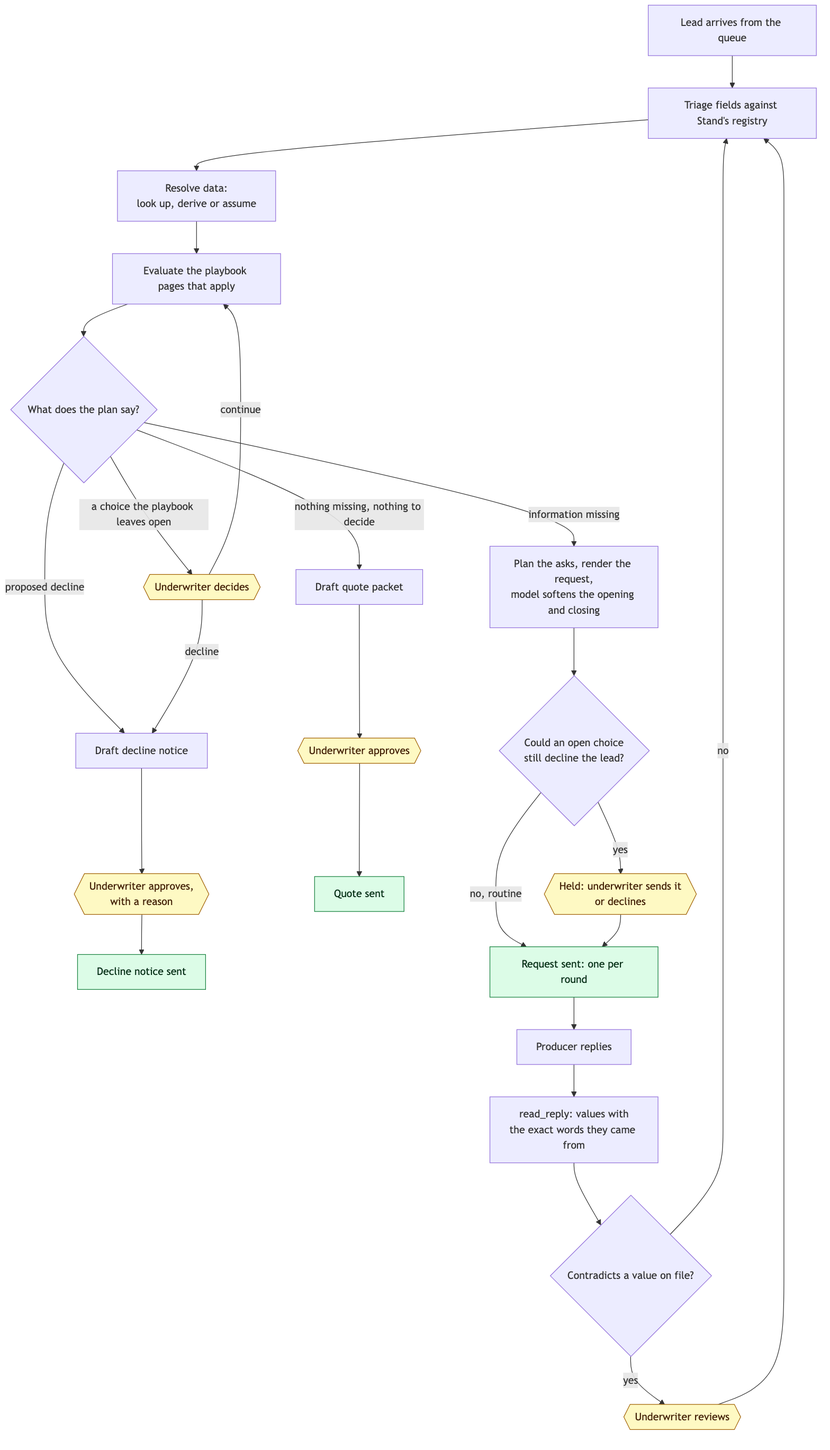
Earlier version of the Mermaid export docs/diagrams/02-lead-lifecycle.png (bcornick/cornick-stand-takehome-assessment-submission). Its source is kept beside it as docs/diagrams/02-lead-lifecycle.mmd.
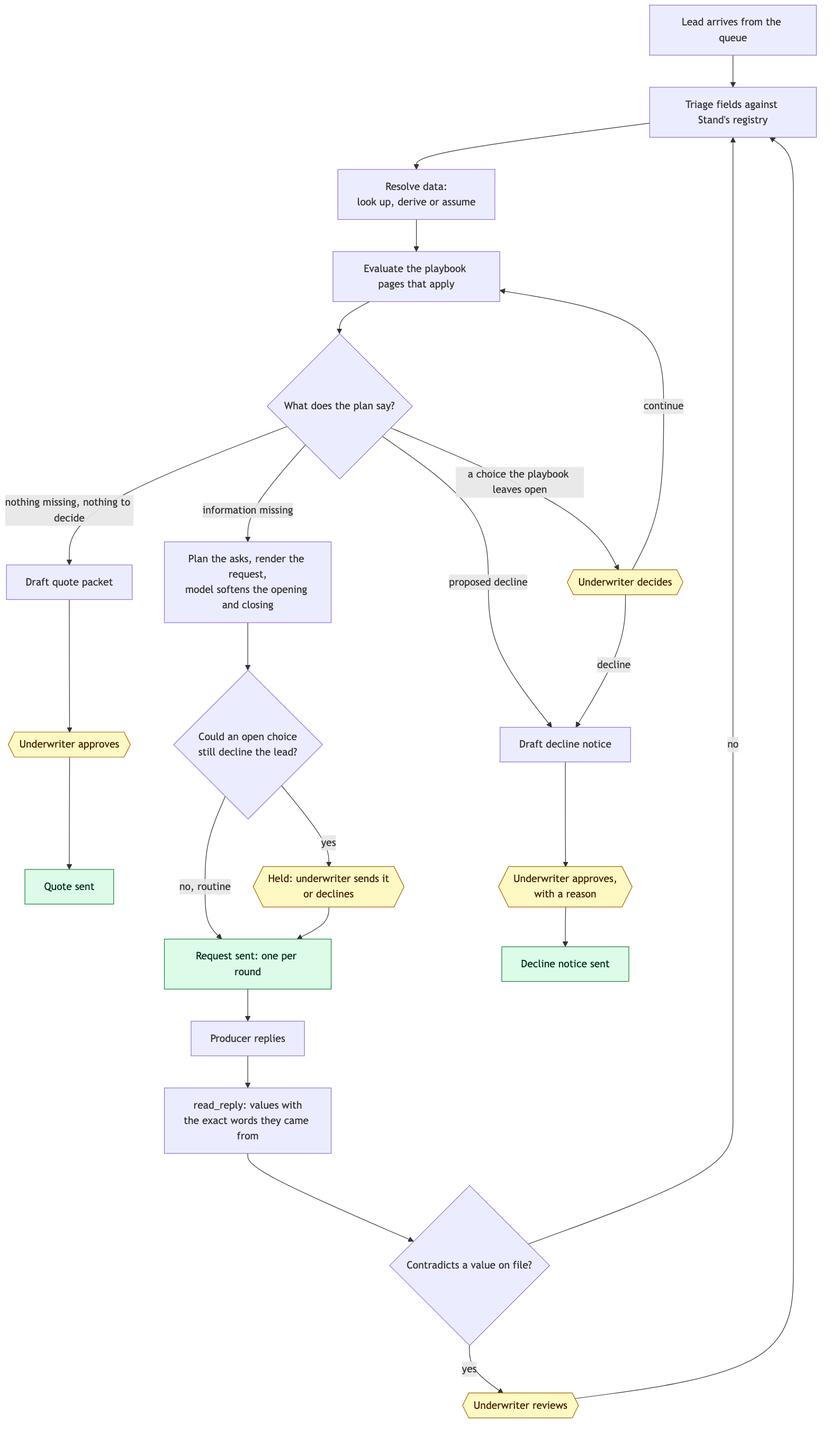
Above is the later version.

Commit message:
CLAUDE-fable-5-1: the lead diagram orders its branches quote, request, decline, choice, so no lines cross

Claude-Session: https://claude.ai/code/session_01FSociYJ6ckKxQyGa7RKebz

Change to the diagram source:
```diff
@@ -3,14 +3,6 @@
     B --> C["Resolve data:<br/>look up, derive or assume"]
     C --> D["Evaluate the playbook pages that apply"]
     D --> E{"What does the plan say?"}
-
-    E -- "proposed decline" --> F["Draft decline notice"]
-    F --> G{{"Underwriter approves,<br/>with a reason"}}
-    G --> H["Decline notice sent"]
-
-    E -- "a choice the playbook leaves open" --> I{{"Underwriter decides"}}
-    I -- "decline" --> F
-    I -- "continue" --> D
 
     E -- "nothing missing, nothing to decide" --> R["Draft quote packet"]
     R --> S{{"Underwriter approves"}}
@@ -28,6 +20,14 @@
     P -- "no" --> B
     Q --> B
 
+    E -- "proposed decline" --> F["Draft decline notice"]
+    F --> G{{"Underwriter approves,<br/>with a reason"}}
+    G --> H["Decline notice sent"]
+
+    E -- "a choice the playbook leaves open" --> I{{"Underwriter decides"}}
+    I -- "decline" --> F
+    I -- "continue" --> D
+
     classDef human fill:#fef9c3,stroke:#a16207,color:#422006
     classDef done fill:#dcfce7,stroke:#15803d,color:#052e16
     class G,I,L,Q,S human
```
